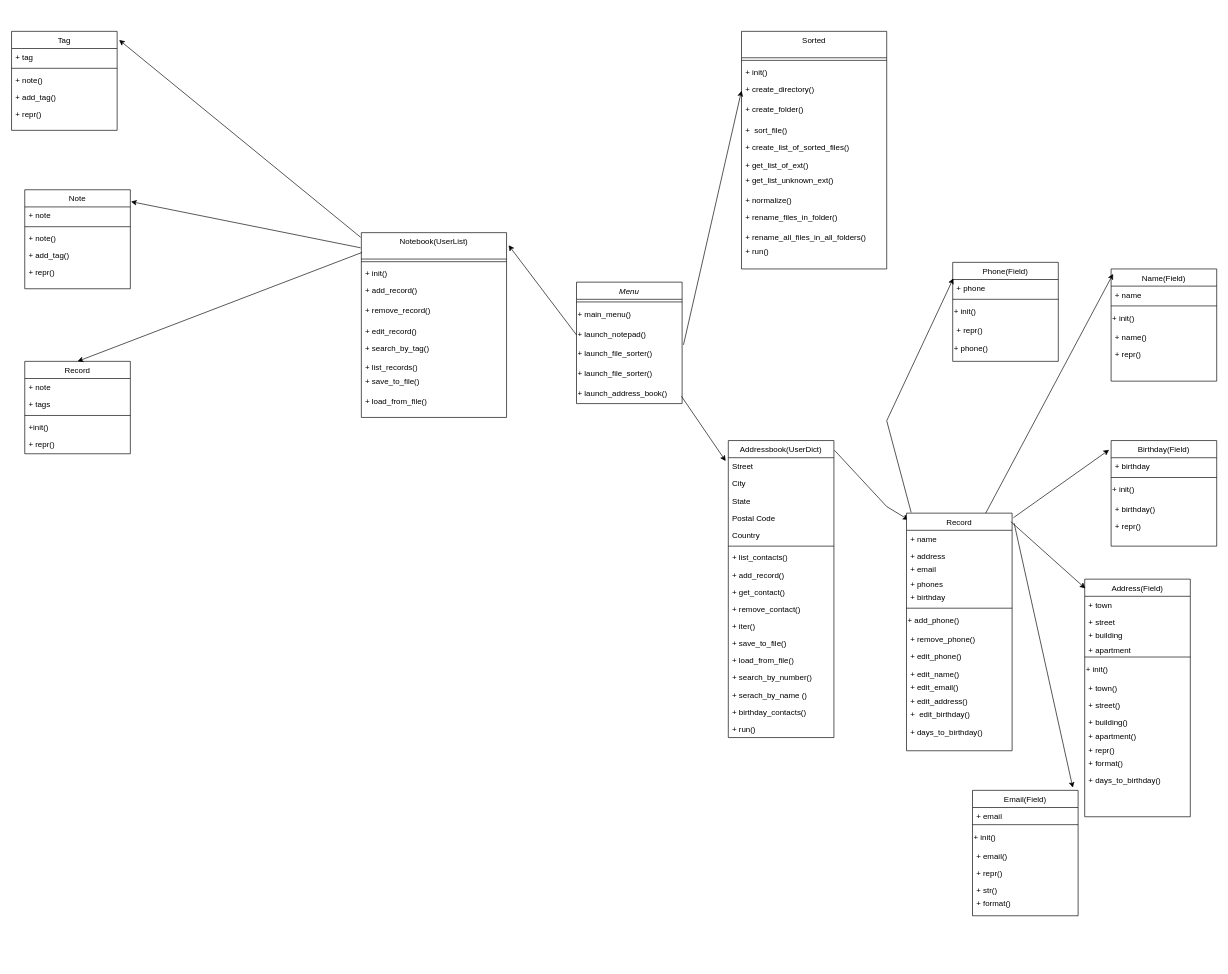
Earlier version of the draw.io diagram Untitled Diagram.drawio (MarsIana1804/WEB_Homework_1). Source tidied: cells renumbered, new cells numbered last; positions are measured from the earlier drawing's top-left corner, leaving out a move shared by most shapes. Both pictures are drawn from the tidied source at 66%, with x=0, y=0 at pixel (11, 31).
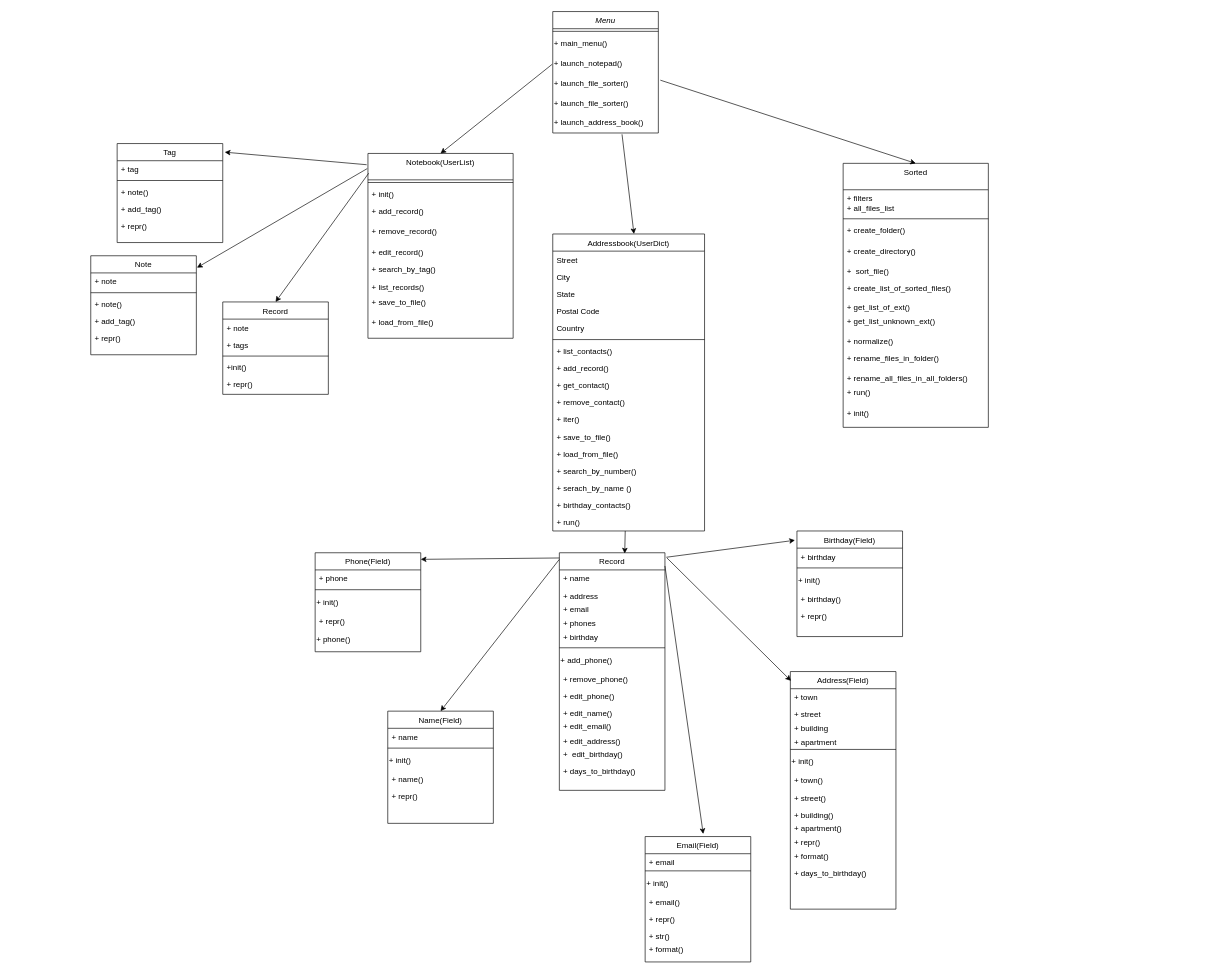
The same page after the edit.

The change refers to these unchanged cells:
```xml
<mxCell id="5" value="+ launch_notepad()" style="text;html=1;align=left;verticalAlign=middle;points=[];strokeColor=none;fillColor=none;" parent="2" vertex="1">
  <mxGeometry y="64" width="160" height="30" as="geometry" />
</mxCell>
<mxCell id="6" value="+ launch_file_sorter()" style="text;html=1;align=left;verticalAlign=middle;points=[];strokeColor=none;fillColor=none;" parent="2" vertex="1">
  <mxGeometry y="94" width="160" height="30" as="geometry" />
</mxCell>
<mxCell id="8" value="+ launch_address_book()" style="text;html=1;align=left;verticalAlign=middle;points=[];strokeColor=none;fillColor=none;" parent="2" vertex="1">
  <mxGeometry y="154" width="160" height="30" as="geometry" />
</mxCell>
```

Change to the diagram source:
```diff
@@
-    <mxCell id="2" value="Menu" style="swimlane;fontStyle=2;align=center;verticalAlign=top;horizontal=1;startSize=26;rounded=0;shadow=0;strokeWidth=1;" parent="1" vertex="1">
-      <mxGeometry x="856" y="380" width="160" height="184" as="geometry" />
+    <mxCell id="2" value="Menu" style="swimlane;fontStyle=2;align=center;verticalAlign=top;horizontal=1;startSize=26;rounded=0;shadow=0;strokeWidth=1;labelBackgroundColor=default;" parent="1" vertex="1">
+      <mxGeometry x="820" y="-30" width="160" height="184" as="geometry" />
     </mxCell>
@@
     <mxCell id="9" value="Note" style="swimlane;fontStyle=0;align=center;verticalAlign=top;horizontal=1;startSize=26;rounded=0;shadow=0;strokeWidth=1;" parent="1" vertex="1">
-      <mxGeometry x="20" y="240" width="160" height="150" as="geometry" />
+      <mxGeometry x="120" y="340" width="160" height="150" as="geometry" />
     </mxCell>
@@
     <mxCell id="15" value="Sorted" style="swimlane;fontStyle=0;align=center;verticalAlign=top;horizontal=1;startSize=40;rounded=0;shadow=0;strokeWidth=1;" parent="1" vertex="1">
-      <mxGeometry x="1106" width="220" height="360" as="geometry" />
+      <mxGeometry x="1260" y="200" width="220" height="400" as="geometry" />
     </mxCell>
+    <mxCell id="18" value="+ filters&#10;+ all_files_list" style="text;align=left;verticalAlign=top;spacingLeft=4;spacingRight=4;overflow=hidden;fontStyle=0;" parent="15" vertex="1">
+      <mxGeometry y="40" width="220" height="40" as="geometry" />
+    </mxCell>
-    <mxCell id="16" style="line;html=1;strokeWidth=1;align=left;verticalAlign=middle;spacingTop=-1;spacingLeft=3;spacingRight=3;labelPosition=right;" parent="15" vertex="1">
-      <mxGeometry y="40" width="220" height="8" as="geometry" />
+    <mxCell id="16" value="&lt;br&gt;" style="line;html=1;strokeWidth=1;align=left;verticalAlign=middle;spacingTop=-1;spacingLeft=3;spacingRight=3;labelPosition=right;" parent="15" vertex="1">
+      <mxGeometry y="80" width="220" height="8" as="geometry" />
     </mxCell>
-    <mxCell id="17" value="+ init()" style="text;align=left;verticalAlign=top;spacingLeft=4;spacingRight=4;overflow=hidden;" parent="15" vertex="1">
-      <mxGeometry y="48" width="220" height="26" as="geometry" />
-    </mxCell>
-    <mxCell id="18" value="+ create_directory()" style="text;align=left;verticalAlign=top;spacingLeft=4;spacingRight=4;overflow=hidden;fontStyle=0;" parent="15" vertex="1">
-      <mxGeometry y="74" width="220" height="30" as="geometry" />
-    </mxCell>
     <mxCell id="19" value="+ create_folder()&#10;" style="text;align=left;verticalAlign=top;spacingLeft=4;spacingRight=4;overflow=hidden;rounded=0;shadow=0;html=0;" parent="15" vertex="1">
-      <mxGeometry y="104" width="220" height="32" as="geometry" />
+      <mxGeometry y="88" width="220" height="32" as="geometry" />
     </mxCell>
+    <mxCell id="135" value="+ create_directory()" style="text;align=left;verticalAlign=top;spacingLeft=4;spacingRight=4;overflow=hidden;fontStyle=0;" parent="15" vertex="1">
+      <mxGeometry y="120" width="220" height="30" as="geometry" />
+    </mxCell>
     <mxCell id="20" value="+  sort_file()" style="text;align=left;verticalAlign=top;spacingLeft=4;spacingRight=4;overflow=hidden;" parent="15" vertex="1">
-      <mxGeometry y="136" width="220" height="26" as="geometry" />
+      <mxGeometry y="150" width="220" height="26" as="geometry" />
     </mxCell>
     <mxCell id="21" value="+ create_list_of_sorted_files()" style="text;align=left;verticalAlign=top;spacingLeft=4;spacingRight=4;overflow=hidden;rounded=0;shadow=0;html=0;" parent="15" vertex="1">
-      <mxGeometry y="162" width="220" height="28" as="geometry" />
+      <mxGeometry y="176" width="220" height="28" as="geometry" />
     </mxCell>
     <mxCell id="22" value="+ get_list_of_ext()" style="text;align=left;verticalAlign=top;spacingLeft=4;spacingRight=4;overflow=hidden;fontStyle=0;" parent="15" vertex="1">
-      <mxGeometry y="190" width="220" height="22" as="geometry" />
+      <mxGeometry y="204" width="220" height="22" as="geometry" />
     </mxCell>
     <mxCell id="23" value="+ get_list_unknown_ext()" style="text;align=left;verticalAlign=top;spacingLeft=4;spacingRight=4;overflow=hidden;fontStyle=0;" parent="15" vertex="1">
-      <mxGeometry y="212" width="220" height="30" as="geometry" />
+      <mxGeometry y="226" width="220" height="30" as="geometry" />
     </mxCell>
     <mxCell id="24" value="+ normalize()" style="text;align=left;verticalAlign=top;spacingLeft=4;spacingRight=4;overflow=hidden;" parent="15" vertex="1">
-      <mxGeometry y="242" width="220" height="26" as="geometry" />
+      <mxGeometry y="256" width="220" height="26" as="geometry" />
     </mxCell>
     <mxCell id="25" value="+ rename_files_in_folder()" style="text;align=left;verticalAlign=top;spacingLeft=4;spacingRight=4;overflow=hidden;fontStyle=0;" parent="15" vertex="1">
-      <mxGeometry y="268" width="220" height="30" as="geometry" />
+      <mxGeometry y="282" width="220" height="30" as="geometry" />
     </mxCell>
     <mxCell id="26" value="+ rename_all_files_in_all_folders()" style="text;align=left;verticalAlign=top;spacingLeft=4;spacingRight=4;overflow=hidden;fontStyle=0;" parent="15" vertex="1">
-      <mxGeometry y="298" width="220" height="22" as="geometry" />
+      <mxGeometry y="312" width="220" height="22" as="geometry" />
     </mxCell>
     <mxCell id="27" value="+ run()" style="text;align=left;verticalAlign=top;spacingLeft=4;spacingRight=4;overflow=hidden;rounded=0;shadow=0;html=0;" parent="15" vertex="1">
-      <mxGeometry y="320" width="220" height="32" as="geometry" />
+      <mxGeometry y="334" width="220" height="32" as="geometry" />
     </mxCell>
+    <mxCell id="17" value="+ init()" style="text;align=left;verticalAlign=top;spacingLeft=4;spacingRight=4;overflow=hidden;" parent="15" vertex="1">
+      <mxGeometry y="366" width="220" height="26" as="geometry" />
+    </mxCell>
     <mxCell id="28" value="Addressbook(UserDict)" style="swimlane;fontStyle=0;align=center;verticalAlign=top;horizontal=1;startSize=26;rounded=0;shadow=0;strokeWidth=1;" parent="1" vertex="1">
-      <mxGeometry x="1086" y="620" width="160" height="450" as="geometry" />
+      <mxGeometry x="820" y="307" width="230" height="450" as="geometry" />
     </mxCell>
     <mxCell id="29" value="Street" style="text;align=left;verticalAlign=top;spacingLeft=4;spacingRight=4;overflow=hidden;" parent="28" vertex="1">
-      <mxGeometry y="26" width="160" height="26" as="geometry" />
+      <mxGeometry y="26" width="230" height="26" as="geometry" />
     </mxCell>
     <mxCell id="30" value="City" style="text;align=left;verticalAlign=top;spacingLeft=4;spacingRight=4;overflow=hidden;rounded=0;shadow=0;html=0;" parent="28" vertex="1">
-      <mxGeometry y="52" width="160" height="26" as="geometry" />
+      <mxGeometry y="52" width="230" height="26" as="geometry" />
     </mxCell>
     <mxCell id="31" value="State" style="text;align=left;verticalAlign=top;spacingLeft=4;spacingRight=4;overflow=hidden;rounded=0;shadow=0;html=0;" parent="28" vertex="1">
-      <mxGeometry y="78" width="160" height="26" as="geometry" />
+      <mxGeometry y="78" width="230" height="26" as="geometry" />
     </mxCell>
     <mxCell id="32" value="Postal Code" style="text;align=left;verticalAlign=top;spacingLeft=4;spacingRight=4;overflow=hidden;rounded=0;shadow=0;html=0;" parent="28" vertex="1">
-      <mxGeometry y="104" width="160" height="26" as="geometry" />
+      <mxGeometry y="104" width="230" height="26" as="geometry" />
     </mxCell>
     <mxCell id="33" value="Country" style="text;align=left;verticalAlign=top;spacingLeft=4;spacingRight=4;overflow=hidden;rounded=0;shadow=0;html=0;" parent="28" vertex="1">
-      <mxGeometry y="130" width="160" height="26" as="geometry" />
+      <mxGeometry y="130" width="230" height="26" as="geometry" />
     </mxCell>
     <mxCell id="34" style="line;html=1;strokeWidth=1;align=left;verticalAlign=middle;spacingTop=-1;spacingLeft=3;spacingRight=3;labelPosition=right;" parent="28" vertex="1">
-      <mxGeometry y="156" width="160" height="8" as="geometry" />
+      <mxGeometry y="156" width="230" height="8" as="geometry" />
     </mxCell>
     <mxCell id="35" value="+ list_contacts()" style="text;align=left;verticalAlign=top;spacingLeft=4;spacingRight=4;overflow=hidden;" parent="28" vertex="1">
-      <mxGeometry y="164" width="160" height="26" as="geometry" />
+      <mxGeometry y="164" width="230" height="26" as="geometry" />
     </mxCell>
     <mxCell id="36" value="+ add_record()" style="text;align=left;verticalAlign=top;spacingLeft=4;spacingRight=4;overflow=hidden;" parent="28" vertex="1">
-      <mxGeometry y="190" width="160" height="26" as="geometry" />
+      <mxGeometry y="190" width="230" height="26" as="geometry" />
     </mxCell>
     <mxCell id="37" value="+ get_contact()" style="text;align=left;verticalAlign=top;spacingLeft=4;spacingRight=4;overflow=hidden;rounded=0;shadow=0;html=0;" parent="28" vertex="1">
-      <mxGeometry y="216" width="160" height="26" as="geometry" />
+      <mxGeometry y="216" width="230" height="26" as="geometry" />
     </mxCell>
     <mxCell id="38" value="+ remove_contact()" style="text;align=left;verticalAlign=top;spacingLeft=4;spacingRight=4;overflow=hidden;rounded=0;shadow=0;html=0;" parent="28" vertex="1">
-      <mxGeometry y="242" width="160" height="26" as="geometry" />
+      <mxGeometry y="242" width="230" height="26" as="geometry" />
     </mxCell>
     <mxCell id="39" value="+ iter()" style="text;align=left;verticalAlign=top;spacingLeft=4;spacingRight=4;overflow=hidden;rounded=0;shadow=0;html=0;" parent="28" vertex="1">
-      <mxGeometry y="268" width="160" height="26" as="geometry" />
+      <mxGeometry y="268" width="230" height="26" as="geometry" />
     </mxCell>
     <mxCell id="40" value="+ save_to_file()" style="text;align=left;verticalAlign=top;spacingLeft=4;spacingRight=4;overflow=hidden;rounded=0;shadow=0;html=0;" parent="28" vertex="1">
-      <mxGeometry y="294" width="160" height="26" as="geometry" />
+      <mxGeometry y="294" width="230" height="26" as="geometry" />
     </mxCell>
     <mxCell id="41" value="+ load_from_file()" style="text;align=left;verticalAlign=top;spacingLeft=4;spacingRight=4;overflow=hidden;" parent="28" vertex="1">
-      <mxGeometry y="320" width="160" height="26" as="geometry" />
+      <mxGeometry y="320" width="230" height="26" as="geometry" />
     </mxCell>
     <mxCell id="42" value="+ search_by_number()" style="text;align=left;verticalAlign=top;spacingLeft=4;spacingRight=4;overflow=hidden;rounded=0;shadow=0;html=0;" parent="28" vertex="1">
-      <mxGeometry y="346" width="160" height="26" as="geometry" />
+      <mxGeometry y="346" width="230" height="26" as="geometry" />
     </mxCell>
     <mxCell id="43" value="+ serach_by_name ()" style="text;align=left;verticalAlign=top;spacingLeft=4;spacingRight=4;overflow=hidden;rounded=0;shadow=0;html=0;" parent="28" vertex="1">
-      <mxGeometry y="372" width="160" height="26" as="geometry" />
+      <mxGeometry y="372" width="230" height="26" as="geometry" />
     </mxCell>
     <mxCell id="44" value="+ birthday_contacts()" style="text;align=left;verticalAlign=top;spacingLeft=4;spacingRight=4;overflow=hidden;rounded=0;shadow=0;html=0;" parent="28" vertex="1">
-      <mxGeometry y="398" width="160" height="26" as="geometry" />
+      <mxGeometry y="398" width="230" height="26" as="geometry" />
     </mxCell>
     <mxCell id="45" value="+ run()" style="text;align=left;verticalAlign=top;spacingLeft=4;spacingRight=4;overflow=hidden;rounded=0;shadow=0;html=0;" parent="28" vertex="1">
-      <mxGeometry y="424" width="160" height="26" as="geometry" />
+      <mxGeometry y="424" width="230" height="26" as="geometry" />
     </mxCell>
@@
-    <mxCell id="47" style="endArrow=classic;html=1;rounded=0;entryX=0;entryY=0.25;entryDx=0;entryDy=0;exitX=1.013;exitY=0.033;exitDx=0;exitDy=0;exitPerimeter=0;" parent="1" edge="1" source="6" target="15">
-      <mxGeometry relative="1" as="geometry" />
-    </mxCell>
-    <mxCell id="48" style="endArrow=classic;html=1;rounded=0;entryX=-0.025;entryY=0.069;entryDx=0;entryDy=0;entryPerimeter=0;exitX=0.994;exitY=0.633;exitDx=0;exitDy=0;exitPerimeter=0;" parent="1" edge="1" source="8" target="28">
-      <mxGeometry relative="1" as="geometry" />
-    </mxCell>
-    <mxCell id="49" style="endArrow=classic;html=1;rounded=0;exitX=1.006;exitY=0.033;exitDx=0;exitDy=0;exitPerimeter=0;entryX=0.019;entryY=0.028;entryDx=0;entryDy=0;entryPerimeter=0;" parent="1" edge="1" source="28" target="50">
-      <mxGeometry relative="1" as="geometry">
-        <Array as="points">
-          <mxPoint x="1326" y="720" />
-        </Array>
-      </mxGeometry>
-    </mxCell>
     <mxCell id="50" value="Record" style="swimlane;fontStyle=0;align=center;verticalAlign=top;horizontal=1;startSize=26;rounded=0;shadow=0;strokeWidth=1;" parent="1" vertex="1">
-      <mxGeometry x="1356" y="730" width="160" height="360" as="geometry" />
+      <mxGeometry x="830" y="790" width="160" height="360" as="geometry" />
     </mxCell>
@@
     <mxCell id="65" value="Phone(Field)" style="swimlane;fontStyle=0;align=center;verticalAlign=top;horizontal=1;startSize=26;rounded=0;shadow=0;strokeWidth=1;" parent="1" vertex="1">
-      <mxGeometry x="1426" y="350" width="160" height="150" as="geometry" />
+      <mxGeometry x="460" y="790" width="160" height="150" as="geometry" />
     </mxCell>
@@
     <mxCell id="71" value="Birthday(Field)" style="swimlane;fontStyle=0;align=center;verticalAlign=top;horizontal=1;startSize=26;rounded=0;shadow=0;strokeWidth=1;" parent="1" vertex="1">
-      <mxGeometry x="1666" y="620" width="160" height="160" as="geometry" />
+      <mxGeometry x="1190" y="757" width="160" height="160" as="geometry" />
     </mxCell>
@@
     <mxCell id="77" value="Email(Field)" style="swimlane;fontStyle=0;align=center;verticalAlign=top;horizontal=1;startSize=26;rounded=0;shadow=0;strokeWidth=1;" parent="1" vertex="1">
-      <mxGeometry x="1456" y="1150" width="160" height="190" as="geometry" />
+      <mxGeometry x="960" y="1220" width="160" height="190" as="geometry" />
     </mxCell>
@@
     <mxCell id="85" value="Name(Field)" style="swimlane;fontStyle=0;align=center;verticalAlign=top;horizontal=1;startSize=26;rounded=0;shadow=0;strokeWidth=1;" parent="1" vertex="1">
-      <mxGeometry x="1666" y="360" width="160" height="170" as="geometry" />
+      <mxGeometry x="570" y="1030" width="160" height="170" as="geometry" />
     </mxCell>
@@
     <mxCell id="91" value="Address(Field)" style="swimlane;fontStyle=0;align=center;verticalAlign=top;horizontal=1;startSize=26;rounded=0;shadow=0;strokeWidth=1;" parent="1" vertex="1">
-      <mxGeometry x="1626" y="830" width="160" height="360" as="geometry" />
+      <mxGeometry x="1180" y="970" width="160" height="360" as="geometry" />
     </mxCell>
@@
-    <mxCell id="105" style="endArrow=classic;html=1;rounded=0;exitX=0.044;exitY=-0.003;exitDx=0;exitDy=0;exitPerimeter=0;entryX=0.006;entryY=0.162;entryDx=0;entryDy=0;entryPerimeter=0;" parent="1" edge="1" source="50" target="65">
+    <mxCell id="105" style="endArrow=classic;html=1;rounded=0;exitX=0;exitY=0.022;exitDx=0;exitDy=0;exitPerimeter=0;" parent="1" edge="1" source="50">
       <mxGeometry relative="1" as="geometry">
-        <Array as="points">
-          <mxPoint x="1326" y="590" />
-        </Array>
+        <mxPoint x="620" y="800" as="targetPoint" />
       </mxGeometry>
     </mxCell>
-    <mxCell id="106" style="endArrow=classic;html=1;rounded=0;entryX=0.019;entryY=0.044;entryDx=0;entryDy=0;entryPerimeter=0;exitX=0.75;exitY=0;exitDx=0;exitDy=0;" parent="1" edge="1" source="50" target="85">
-      <mxGeometry relative="1" as="geometry" />
+    <mxCell id="106" style="endArrow=classic;html=1;rounded=0;entryX=0.5;entryY=0;entryDx=0;entryDy=0;" parent="1" edge="1" target="85">
+      <mxGeometry relative="1" as="geometry">
+        <mxPoint x="830" y="800" as="sourcePoint" />
+      </mxGeometry>
     </mxCell>
@@
-    <mxCell id="108" style="endArrow=classic;html=1;rounded=0;entryX=0.006;entryY=0.039;entryDx=0;entryDy=0;entryPerimeter=0;exitX=0.988;exitY=0.036;exitDx=0;exitDy=0;exitPerimeter=0;" parent="1" edge="1" source="50" target="91">
+    <mxCell id="108" style="endArrow=classic;html=1;rounded=0;entryX=0.006;entryY=0.039;entryDx=0;entryDy=0;entryPerimeter=0;exitX=1.019;exitY=0.022;exitDx=0;exitDy=0;exitPerimeter=0;" parent="1" edge="1" source="50" target="91">
       <mxGeometry relative="1" as="geometry" />
     </mxCell>
-    <mxCell id="109" style="endArrow=classic;html=1;rounded=0;entryX=0.95;entryY=-0.021;entryDx=0;entryDy=0;entryPerimeter=0;exitX=1.019;exitY=0.042;exitDx=0;exitDy=0;exitPerimeter=0;" parent="1" edge="1" source="50" target="77">
-      <mxGeometry relative="1" as="geometry" />
+    <mxCell id="109" style="endArrow=classic;html=1;rounded=0;entryX=0.55;entryY=-0.021;entryDx=0;entryDy=0;entryPerimeter=0;" parent="1" edge="1" target="77">
+      <mxGeometry relative="1" as="geometry">
+        <mxPoint x="990" y="810" as="sourcePoint" />
+      </mxGeometry>
     </mxCell>
-    <mxCell id="110" style="endArrow=classic;html=1;rounded=0;entryX=1.014;entryY=0.068;entryDx=0;entryDy=0;entryPerimeter=0;" parent="1" edge="1" target="117">
-      <mxGeometry relative="1" as="geometry">
-        <mxPoint x="856" y="460" as="sourcePoint" />
-      </mxGeometry>
-    </mxCell>
     <mxCell id="111" value="Tag" style="swimlane;fontStyle=0;align=center;verticalAlign=top;horizontal=1;startSize=26;rounded=0;shadow=0;strokeWidth=1;" parent="1" vertex="1">
-      <mxGeometry width="160" height="150" as="geometry" />
+      <mxGeometry x="160" y="170" width="160" height="150" as="geometry" />
     </mxCell>
@@
     <mxCell id="117" value="Notebook(UserList)" style="swimlane;fontStyle=0;align=center;verticalAlign=top;horizontal=1;startSize=40;rounded=0;shadow=0;strokeWidth=1;" parent="1" vertex="1">
-      <mxGeometry x="530" y="305" width="220" height="280" as="geometry" />
+      <mxGeometry x="540" y="185" width="220" height="280" as="geometry" />
     </mxCell>
@@
-    <mxCell id="127" style="endArrow=classic;html=1;rounded=0;entryX=1.019;entryY=0.087;entryDx=0;entryDy=0;entryPerimeter=0;exitX=-0.005;exitY=0.025;exitDx=0;exitDy=0;exitPerimeter=0;" parent="1" edge="1" source="117" target="111">
+    <mxCell id="127" style="endArrow=classic;html=1;rounded=0;entryX=1.019;entryY=0.087;entryDx=0;entryDy=0;entryPerimeter=0;exitX=-0.009;exitY=0.061;exitDx=0;exitDy=0;exitPerimeter=0;" parent="1" edge="1" source="117" target="111">
       <mxGeometry relative="1" as="geometry" />
     </mxCell>
     <mxCell id="128" value="Record" style="swimlane;fontStyle=0;align=center;verticalAlign=top;horizontal=1;startSize=26;rounded=0;shadow=0;strokeWidth=1;" parent="1" vertex="1">
-      <mxGeometry x="20" y="500" width="160" height="140" as="geometry" />
+      <mxGeometry x="320" y="410" width="160" height="140" as="geometry" />
     </mxCell>
@@
+    <mxCell id="49" style="endArrow=classic;html=1;rounded=0;entryX=0.619;entryY=0.003;entryDx=0;entryDy=0;entryPerimeter=0;" parent="1" edge="1" source="28" target="50">
+      <mxGeometry relative="1" as="geometry" />
+    </mxCell>
+    <mxCell id="47" style="endArrow=classic;html=1;rounded=0;entryX=0.5;entryY=0;entryDx=0;entryDy=0;exitX=1.019;exitY=0.333;exitDx=0;exitDy=0;exitPerimeter=0;" parent="1" edge="1" source="6" target="15">
+      <mxGeometry relative="1" as="geometry" />
+    </mxCell>
+    <mxCell id="48" style="endArrow=classic;html=1;rounded=0;entryX=0.535;entryY=0;entryDx=0;entryDy=0;entryPerimeter=0;exitX=0.656;exitY=1.067;exitDx=0;exitDy=0;exitPerimeter=0;" parent="1" edge="1" source="8" target="28">
+      <mxGeometry relative="1" as="geometry" />
+    </mxCell>
+    <mxCell id="136" style="endArrow=classic;html=1;rounded=0;exitX=-0.006;exitY=0.533;exitDx=0;exitDy=0;exitPerimeter=0;entryX=0.5;entryY=0;entryDx=0;entryDy=0;" parent="1" edge="1" source="5" target="117">
+      <mxGeometry relative="1" as="geometry" />
+    </mxCell>
```
